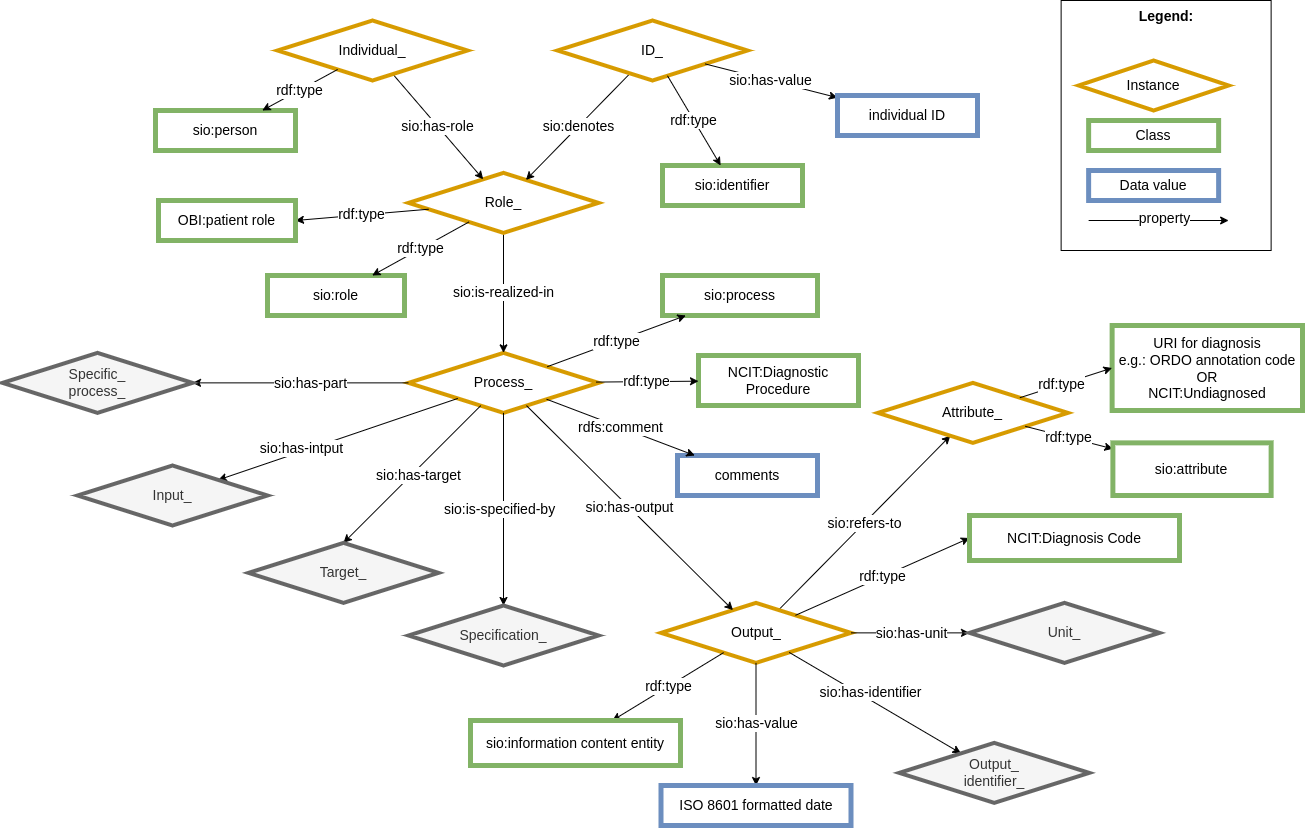
CARE-SM/CARE-Semantic-Model keeps this draw.io diagram as images/CARE-SM-Diagnosis.png. Above is the earlier version. Source tidied: cells renumbered, new cells last; positions are measured from the earlier drawing's top-left corner, leaving out a move shared by most shapes.
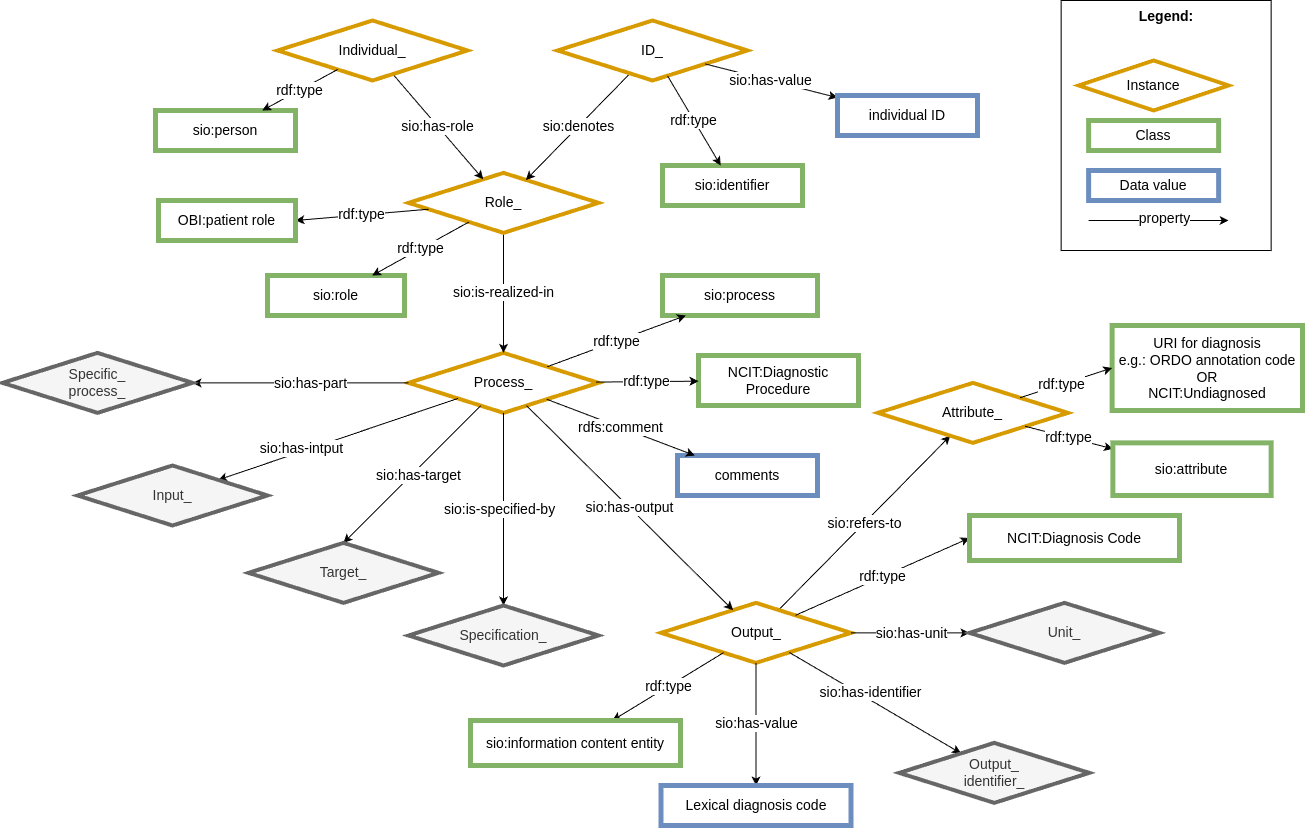
The same file after the commit.

Commit message:
Minor value correction

What changed in the source:
```diff
@@ -167,7 +167,7 @@
     <mxCell id="51" value="sio:has-value" style="rounded=0;jettySize=auto;html=1;fontSize=14;" parent="1" edge="1" source="3" target="52">
       <mxGeometry relative="1" as="geometry" />
     </mxCell>
-    <mxCell id="52" value="&lt;font style=&quot;font-size: 14px;&quot;&gt;ISO 8601 formatted date&lt;/font&gt;" style="whiteSpace=wrap;html=1;fillColor=#FFFFFF;strokeColor=#6c8ebf;strokeWidth=5;fontSize=14;" parent="1" vertex="1">
+    <mxCell id="52" value="&lt;font style=&quot;font-size: 14px;&quot;&gt;Lexical diagnosis code&lt;/font&gt;" style="whiteSpace=wrap;html=1;fillColor=#FFFFFF;strokeColor=#6c8ebf;strokeWidth=5;fontSize=14;" parent="1" vertex="1">
       <mxGeometry x="658.5" y="785" width="190" height="40" as="geometry" />
     </mxCell>
     <mxCell id="53" value="rdf:type" style="edgeStyle=none;rounded=0;jettySize=auto;html=1;entryX=1;entryY=0.5;entryDx=0;entryDy=0;fontSize=14;" parent="1" edge="1" source="9" target="54">
```
